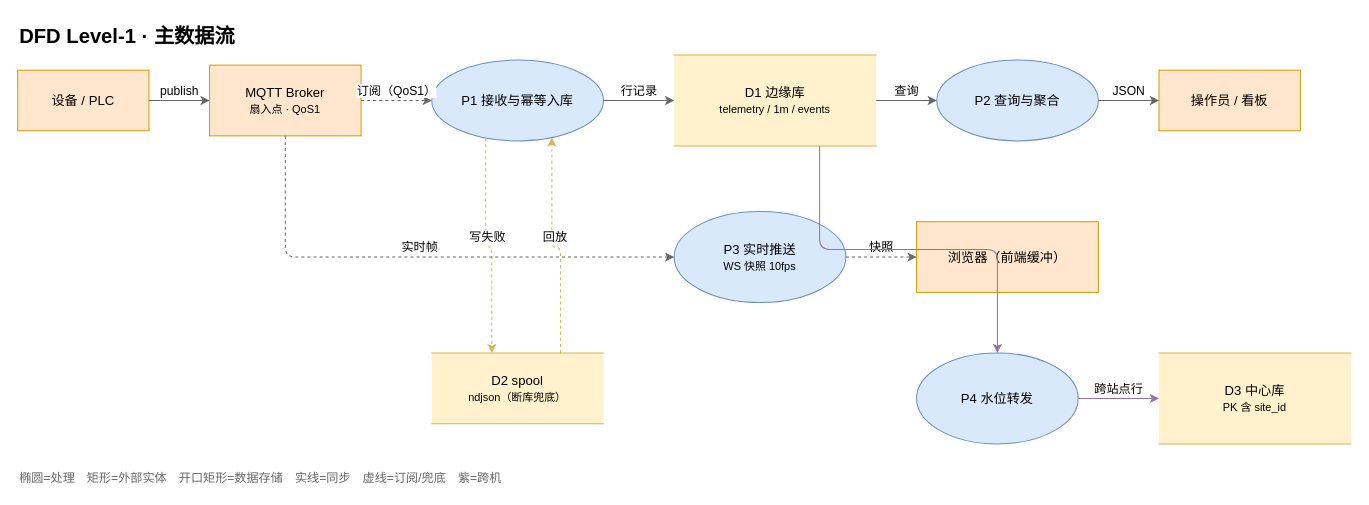
Above: docs/design/diagrams/DFD-1-主数据流.drawio in wujunyu/Interroll-poc (draw.io), before the change. Source tidied: cells renumbered, new cells numbered last; positions are measured from the earlier drawing's top-left corner, leaving out a move shared by most shapes. Both pictures are drawn from the tidied source at 101%, with x=0, y=0 at pixel (17, 17).
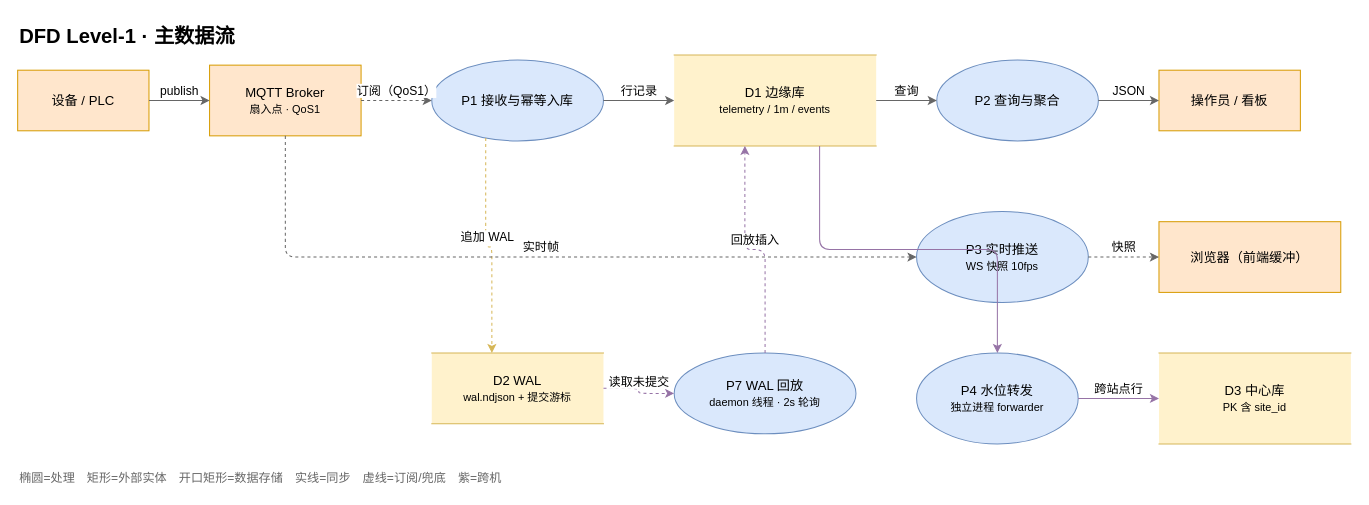
Above is the later version.

Commit message (it also covers changes not shown here):
docs(dfd): 回放拆成 P7（daemon 线程），P4 标注独立进程

- D2 改为 WAL（wal.ndjson + 提交游标），P1→D2 标注「追加 WAL」
- 新增 P7 WAL 回放（daemon 线程 · 2s 轮询），D2→P7→D1
- P4 增加「独立进程 forwarder」副标题

Unchanged cells that the change refers to:
```xml
<mxCell id="5" value="P1 接收与幂等入库" style="ellipse;whiteSpace=wrap;html=1;fontSize=13;fillColor=#dae8fc;strokeColor=#6c8ebf;" parent="1" vertex="1">
  <mxGeometry x="410" y="42" width="170" height="80" as="geometry" />
</mxCell>
<mxCell id="6" value="D1 边缘库&lt;br&gt;&lt;small&gt;telemetry / 1m / events&lt;/small&gt;" style="shape=partialRectangle;left=0;right=0;whiteSpace=wrap;html=1;fontSize=13;fillColor=#fff2cc;strokeColor=#d6b656;" parent="1" vertex="1">
  <mxGeometry x="650" y="37" width="200" height="90" as="geometry" />
</mxCell>
```

Change to the diagram source:
```diff
@@
     <mxCell id="9" value="P3 实时推送&lt;br&gt;&lt;small&gt;WS 快照 10fps&lt;/small&gt;" style="ellipse;whiteSpace=wrap;html=1;fontSize=13;fillColor=#dae8fc;strokeColor=#6c8ebf;" parent="1" vertex="1">
-      <mxGeometry x="650" y="192" width="170" height="90" as="geometry" />
+      <mxGeometry x="890" y="192" width="170" height="90" as="geometry" />
     </mxCell>
     <mxCell id="10" value="浏览器（前端缓冲）" style="rounded=0;whiteSpace=wrap;html=1;fontSize=13;fillColor=#ffe6cc;strokeColor=#d79b00;" parent="1" vertex="1">
-      <mxGeometry x="890" y="202" width="180" height="70" as="geometry" />
+      <mxGeometry x="1130" y="202" width="180" height="70" as="geometry" />
     </mxCell>
-    <mxCell id="11" value="D2 spool&lt;br&gt;&lt;small&gt;ndjson（断库兜底）&lt;/small&gt;" style="shape=partialRectangle;left=0;right=0;whiteSpace=wrap;html=1;fontSize=13;fillColor=#fff2cc;strokeColor=#d6b656;" parent="1" vertex="1">
+    <mxCell id="11" value="D2 WAL&lt;br&gt;&lt;small&gt;wal.ndjson + 提交游标&lt;/small&gt;" style="shape=partialRectangle;left=0;right=0;whiteSpace=wrap;html=1;fontSize=13;fillColor=#fff2cc;strokeColor=#d6b656;" parent="1" vertex="1">
       <mxGeometry x="410" y="332" width="170" height="70" as="geometry" />
     </mxCell>
+    <mxCell id="26" value="P7 WAL 回放&lt;br&gt;&lt;small&gt;daemon 线程 · 2s 轮询&lt;/small&gt;" style="ellipse;whiteSpace=wrap;html=1;fontSize=13;fillColor=#dae8fc;strokeColor=#6c8ebf;" parent="1" vertex="1">
+      <mxGeometry x="650" y="332" width="180" height="80" as="geometry" />
+    </mxCell>
-    <mxCell id="12" value="P4 水位转发" style="ellipse;whiteSpace=wrap;html=1;fontSize=13;fillColor=#dae8fc;strokeColor=#6c8ebf;" parent="1" vertex="1">
+    <mxCell id="12" value="P4 水位转发&lt;br&gt;&lt;small&gt;独立进程 forwarder&lt;/small&gt;" style="ellipse;whiteSpace=wrap;html=1;fontSize=13;fillColor=#dae8fc;strokeColor=#6c8ebf;" parent="1" vertex="1">
       <mxGeometry x="890" y="332" width="160" height="90" as="geometry" />
     </mxCell>
@@
-    <mxCell id="17" value="写失败" style="edgeStyle=orthogonalEdgeStyle;rounded=1;html=1;fontSize=12;strokeColor=#d6b656;dashed=1;labelBackgroundColor=default;defaultLabelBackgroundColor=page;verticalAlign=bottom;exitX=0.3;exitY=1;entryX=0.35;entryY=0;" parent="1" edge="1" source="5" target="11">
+    <mxCell id="17" value="追加 WAL" style="edgeStyle=orthogonalEdgeStyle;rounded=1;html=1;fontSize=12;strokeColor=#d6b656;dashed=1;labelBackgroundColor=default;defaultLabelBackgroundColor=page;verticalAlign=bottom;exitX=0.3;exitY=1;entryX=0.35;entryY=0;" parent="1" edge="1" source="5" target="11">
       <mxGeometry relative="1" as="geometry" />
     </mxCell>
-    <mxCell id="18" value="回放" style="edgeStyle=orthogonalEdgeStyle;rounded=1;html=1;fontSize=12;strokeColor=#d6b656;dashed=1;labelBackgroundColor=default;defaultLabelBackgroundColor=page;verticalAlign=bottom;exitX=0.75;exitY=0;entryX=0.72;entryY=1;" parent="1" edge="1" source="11" target="5">
+    <mxCell id="18" value="读取未提交" style="edgeStyle=orthogonalEdgeStyle;rounded=1;html=1;fontSize=12;strokeColor=#9673a6;dashed=1;labelBackgroundColor=default;defaultLabelBackgroundColor=page;verticalAlign=bottom;" parent="1" edge="1" source="11" target="26">
       <mxGeometry relative="1" as="geometry" />
     </mxCell>
+    <mxCell id="27" value="回放插入" style="edgeStyle=orthogonalEdgeStyle;rounded=1;html=1;fontSize=12;strokeColor=#9673a6;dashed=1;labelBackgroundColor=default;defaultLabelBackgroundColor=page;verticalAlign=bottom;exitX=0.5;exitY=0;entryX=0.35;entryY=1;" parent="1" edge="1" source="26" target="6">
+      <mxGeometry relative="1" as="geometry" />
+    </mxCell>
```
